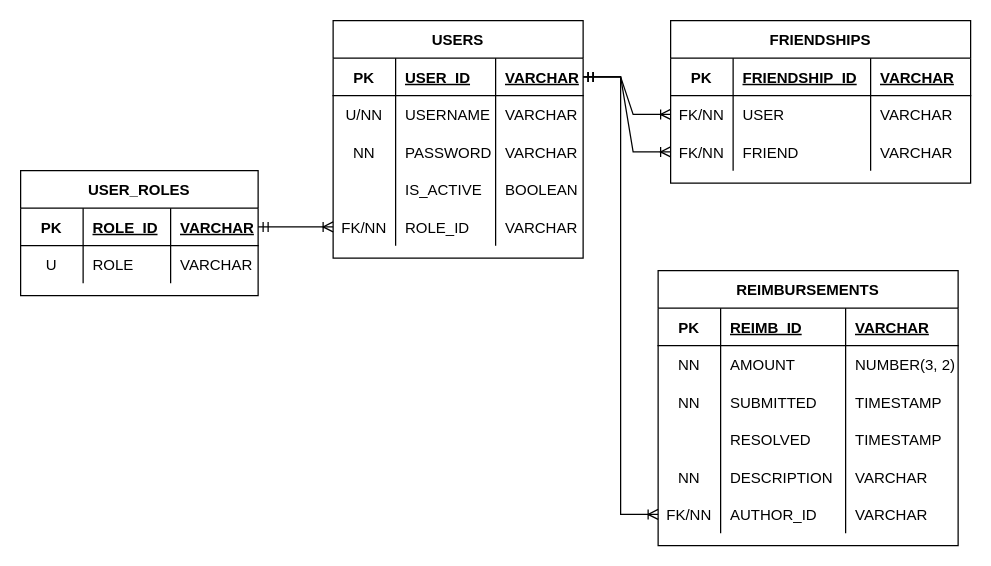
Above: ERD.drawio in PaulFranklin709/Practice-Project-Backend (draw.io), before the change. Source tidied: cells renumbered, new cells numbered last; positions are measured from the earlier drawing's top-left corner, leaving out a move shared by most shapes. Both pictures are drawn from the tidied source at 125%, with x=0, y=0 at pixel (20, 20).
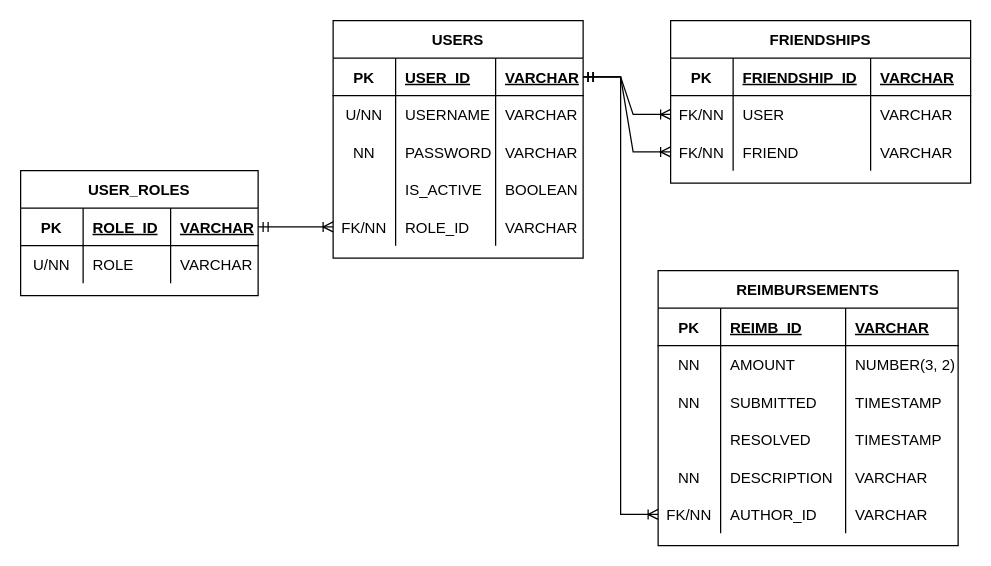
Above is the later version.

The change refers to these unchanged cells:
```xml
<mxCell id="28" style="shape=partialRectangle;fillColor=none;top=0;left=0;right=0;bottom=0;" parent="23" vertex="1">
  <mxGeometry y="60" width="190" height="30" as="geometry" />
</mxCell>
```

Change to the diagram source:
```diff
@@
-    <mxCell id="29" value="U" style="shape=partialRectangle;overflow=hidden;fillColor=none;top=0;left=0;bottom=0;right=0;" parent="28" vertex="1">
+    <mxCell id="29" value="U/NN" style="shape=partialRectangle;overflow=hidden;fillColor=none;top=0;left=0;bottom=0;right=0;" parent="28" vertex="1">
       <mxGeometry width="50" height="30" as="geometry" />
     </mxCell>
```
